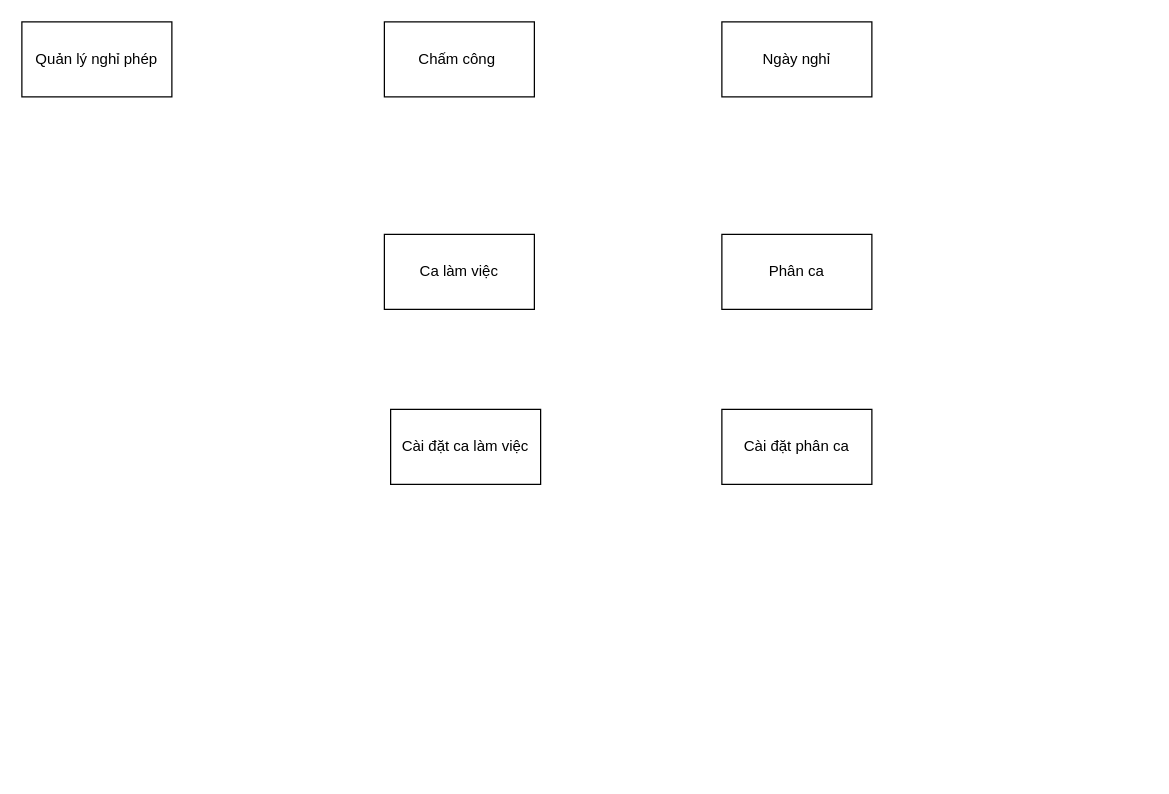
b0bby0ne/business-analyst keeps this draw.io diagram as Untitled Diagram.drawio. Above is the earlier version. Source tidied: cells renumbered, new cells numbered last; positions are measured from the earlier drawing's top-left corner, leaving out a move shared by most shapes. Both pictures are drawn from the tidied source at 125%, with x=0, y=0 at pixel (21, 21).
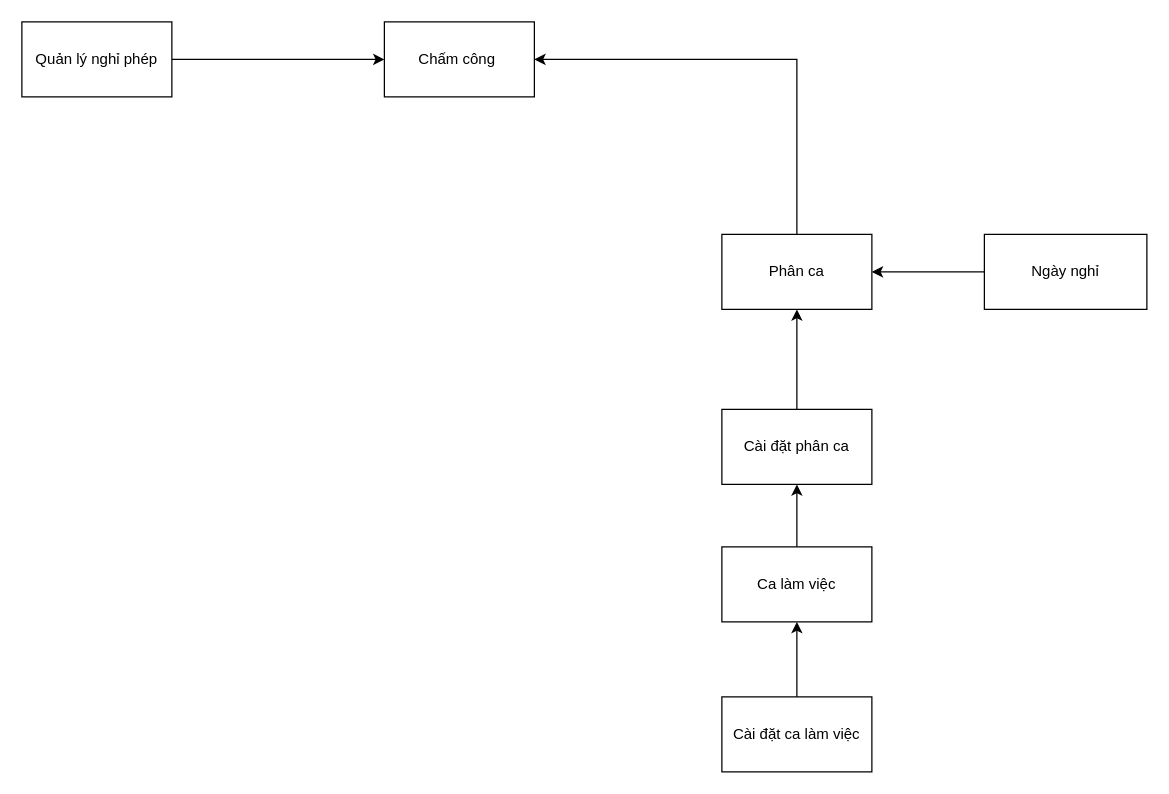
The same page after the edit.

The edit, as a diff of the source:
```diff
@@
 <mxGraphModel>
   <root>
     <mxCell id="0" />
     <mxCell id="1" parent="0" />
     <mxCell id="2" value="Chấm công&amp;nbsp;" style="rounded=0;whiteSpace=wrap;html=1;" parent="1" vertex="1">
       <mxGeometry x="290" width="120" height="60" as="geometry" />
     </mxCell>
+    <mxCell id="9" style="edgeStyle=orthogonalEdgeStyle;rounded=0;jettySize=auto;html=1;exitX=0;exitY=0.5;exitDx=0;exitDy=0;entryX=1;entryY=0.5;entryDx=0;entryDy=0;" parent="1" edge="1" source="3" target="4">
+      <mxGeometry relative="1" as="geometry" />
+    </mxCell>
     <mxCell id="3" value="Ngày nghỉ" style="rounded=0;whiteSpace=wrap;html=1;" parent="1" vertex="1">
-      <mxGeometry x="560" width="120" height="60" as="geometry" />
+      <mxGeometry x="770" y="170" width="130" height="60" as="geometry" />
     </mxCell>
+    <mxCell id="10" style="edgeStyle=orthogonalEdgeStyle;rounded=0;jettySize=auto;html=1;exitX=0.5;exitY=0;exitDx=0;exitDy=0;entryX=1;entryY=0.5;entryDx=0;entryDy=0;" parent="1" edge="1" source="4" target="2">
+      <mxGeometry relative="1" as="geometry" />
+    </mxCell>
     <mxCell id="4" value="Phân ca" style="rounded=0;whiteSpace=wrap;html=1;" parent="1" vertex="1">
       <mxGeometry x="560" y="170" width="120" height="60" as="geometry" />
     </mxCell>
+    <mxCell id="11" style="edgeStyle=orthogonalEdgeStyle;rounded=0;jettySize=auto;html=1;exitX=0.5;exitY=0;exitDx=0;exitDy=0;entryX=0.5;entryY=1;entryDx=0;entryDy=0;" parent="1" edge="1" source="5" target="7">
+      <mxGeometry relative="1" as="geometry" />
+    </mxCell>
     <mxCell id="5" value="Ca làm việc" style="rounded=0;whiteSpace=wrap;html=1;" parent="1" vertex="1">
-      <mxGeometry x="290" y="170" width="120" height="60" as="geometry" />
+      <mxGeometry x="560" y="420" width="120" height="60" as="geometry" />
     </mxCell>
+    <mxCell id="12" style="edgeStyle=orthogonalEdgeStyle;rounded=0;jettySize=auto;html=1;exitX=0.5;exitY=0;exitDx=0;exitDy=0;entryX=0.5;entryY=1;entryDx=0;entryDy=0;" parent="1" edge="1" source="6" target="5">
+      <mxGeometry relative="1" as="geometry" />
+    </mxCell>
     <mxCell id="6" value="Cài đặt ca làm việc&lt;br&gt;" style="rounded=0;whiteSpace=wrap;html=1;" parent="1" vertex="1">
-      <mxGeometry x="295" y="310" width="120" height="60" as="geometry" />
+      <mxGeometry x="560" y="540" width="120" height="60" as="geometry" />
     </mxCell>
+    <mxCell id="13" style="edgeStyle=orthogonalEdgeStyle;rounded=0;jettySize=auto;html=1;exitX=0.5;exitY=0;exitDx=0;exitDy=0;entryX=0.5;entryY=1;entryDx=0;entryDy=0;" parent="1" edge="1" source="7" target="4">
+      <mxGeometry relative="1" as="geometry" />
+    </mxCell>
     <mxCell id="7" value="Cài đặt phân ca" style="rounded=0;whiteSpace=wrap;html=1;" parent="1" vertex="1">
       <mxGeometry x="560" y="310" width="120" height="60" as="geometry" />
     </mxCell>
+    <mxCell id="14" style="edgeStyle=orthogonalEdgeStyle;rounded=0;jettySize=auto;html=1;exitX=1;exitY=0.5;exitDx=0;exitDy=0;entryX=0;entryY=0.5;entryDx=0;entryDy=0;" parent="1" edge="1" source="8" target="2">
+      <mxGeometry relative="1" as="geometry" />
+    </mxCell>
     <mxCell id="8" value="Quản lý nghỉ phép" style="rounded=0;whiteSpace=wrap;html=1;" parent="1" vertex="1">
       <mxGeometry width="120" height="60" as="geometry" />
     </mxCell>
   </root>
 </mxGraphModel>
```
